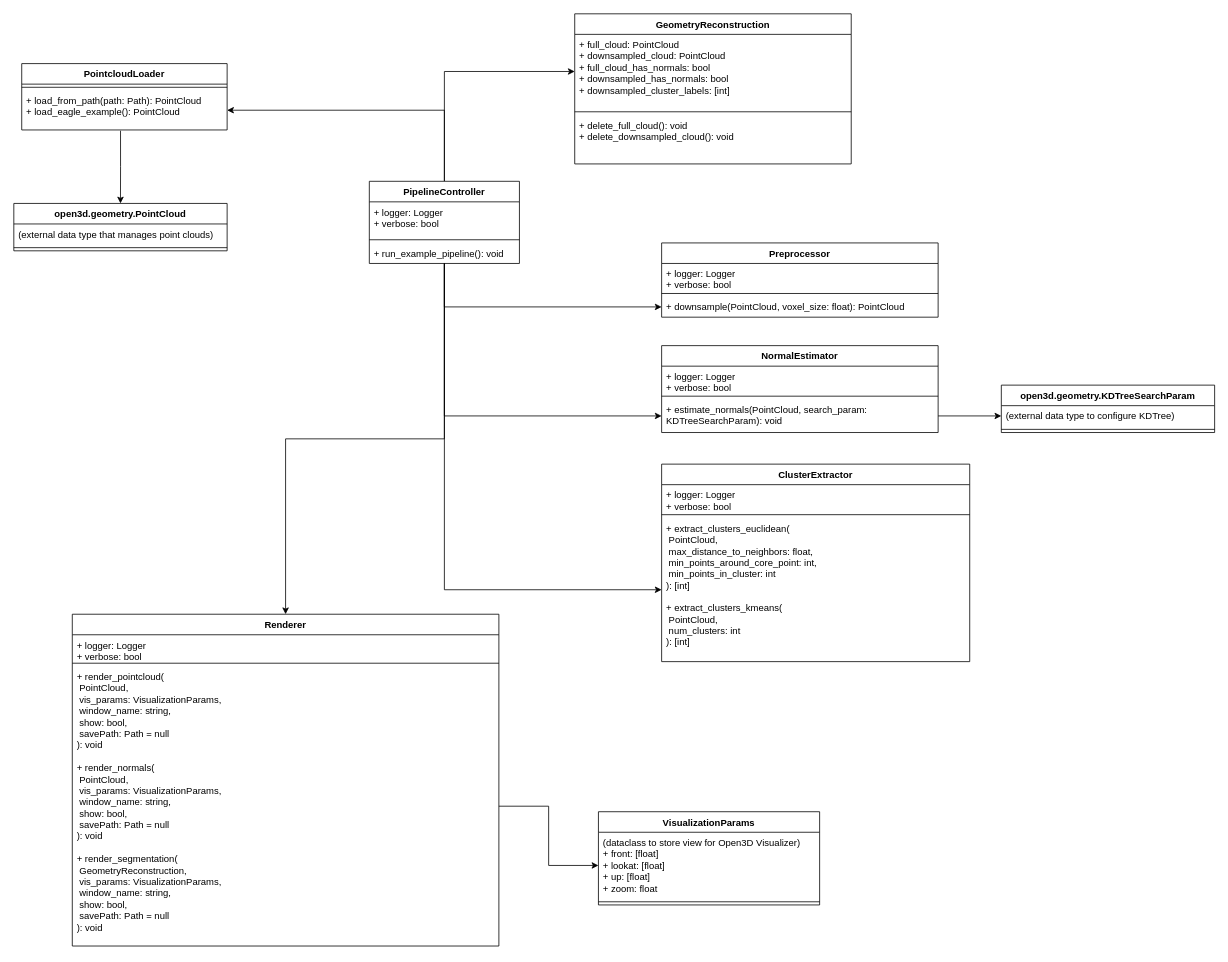
PatrickSowinski/Open3dRenderDemo keeps this draw.io diagram as EagleProcessing.drawio. Above is the earlier version. Source tidied: cells renumbered, new cells numbered last; positions are measured from the earlier drawing's top-left corner, leaving out a move shared by most shapes. Both pictures are drawn from the tidied source at 79%, with x=0, y=0 at pixel (13, 13).
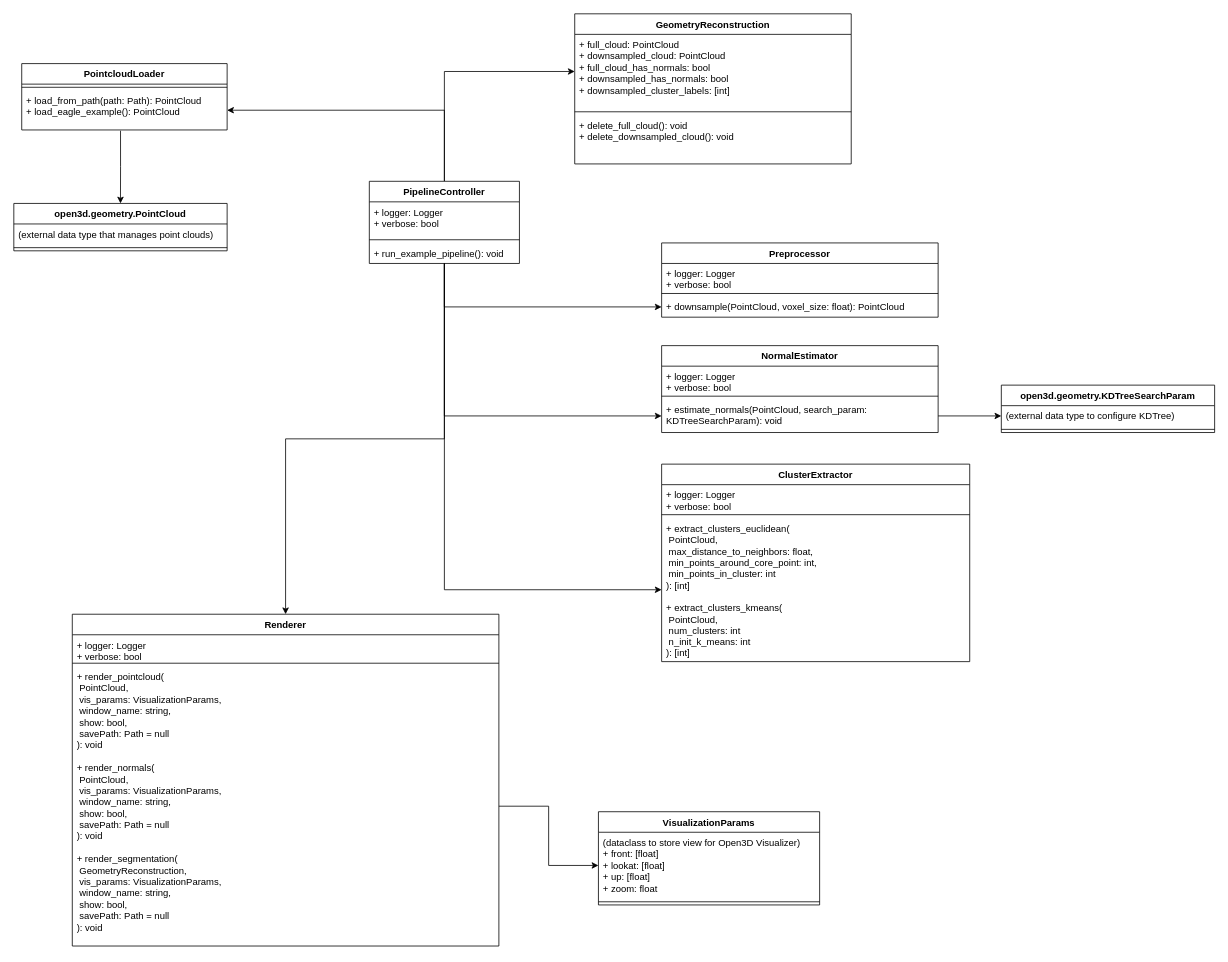
Above is the later version.

The change refers to these unchanged cells:
```xml
<mxCell id="14" value="ClusterExtractor" style="swimlane;fontStyle=1;align=center;verticalAlign=top;horizontal=1;startSize=26;whiteSpace=wrap;html=1;" parent="1" vertex="1">
  <mxGeometry x="820" y="570" width="390" height="250" as="geometry" />
</mxCell>
```

Diff of the diagram source:
```diff
@@
-    <mxCell id="17" value="+ extract_clusters_euclidean(&lt;div&gt;&amp;nbsp;PointCloud,&lt;/div&gt;&lt;div&gt;&amp;nbsp;max_distance_to_neighbors: float,&lt;/div&gt;&lt;div&gt;&amp;nbsp;min_points_around_core_point: int,&lt;/div&gt;&lt;div&gt;&amp;nbsp;min_points_in_cluster: int&lt;/div&gt;&lt;div&gt;): [int]&lt;/div&gt;&lt;div&gt;&lt;br&gt;&lt;/div&gt;&lt;div&gt;+ extract_clusters_kmeans(&lt;div&gt;&amp;nbsp;PointCloud,&lt;/div&gt;&lt;div&gt;&amp;nbsp;num_clusters: int&lt;/div&gt;&lt;div&gt;): [int]&lt;/div&gt;&lt;/div&gt;" style="text;strokeColor=none;fillColor=none;align=left;verticalAlign=top;spacingLeft=4;spacingRight=4;overflow=hidden;points=[[0,0.5],[1,0.5]];portConstraint=eastwest;whiteSpace=wrap;html=1;" parent="14" vertex="1">
+    <mxCell id="17" value="+ extract_clusters_euclidean(&lt;div&gt;&amp;nbsp;PointCloud,&lt;/div&gt;&lt;div&gt;&amp;nbsp;max_distance_to_neighbors: float,&lt;/div&gt;&lt;div&gt;&amp;nbsp;min_points_around_core_point: int,&lt;/div&gt;&lt;div&gt;&amp;nbsp;min_points_in_cluster: int&lt;/div&gt;&lt;div&gt;): [int]&lt;/div&gt;&lt;div&gt;&lt;br&gt;&lt;/div&gt;&lt;div&gt;+ extract_clusters_kmeans(&lt;div&gt;&amp;nbsp;PointCloud,&lt;/div&gt;&lt;div&gt;&amp;nbsp;num_clusters: int&lt;/div&gt;&lt;div&gt;&amp;nbsp;n_init_k_means: int&lt;/div&gt;&lt;div&gt;): [int]&lt;/div&gt;&lt;/div&gt;" style="text;strokeColor=none;fillColor=none;align=left;verticalAlign=top;spacingLeft=4;spacingRight=4;overflow=hidden;points=[[0,0.5],[1,0.5]];portConstraint=eastwest;whiteSpace=wrap;html=1;" parent="14" vertex="1">
       <mxGeometry y="68" width="390" height="182" as="geometry" />
     </mxCell>
```
